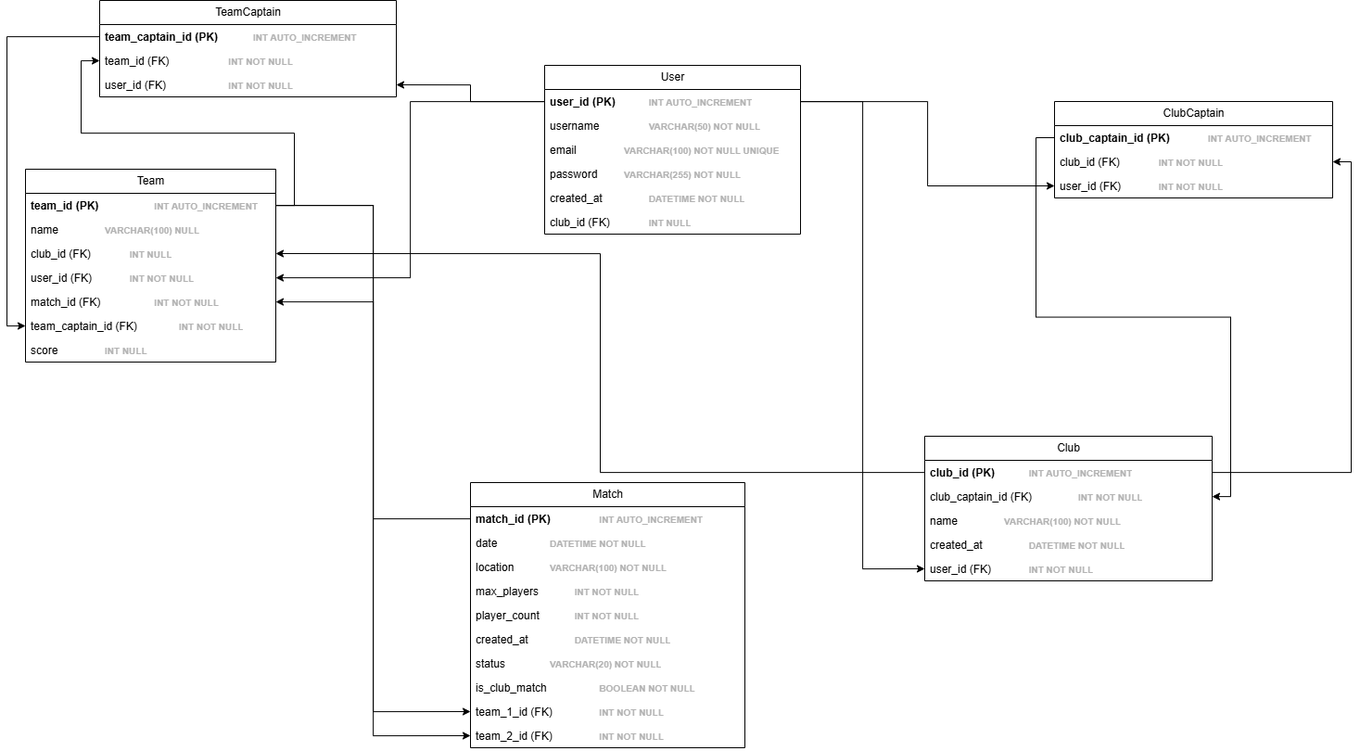
Earlier version of the draw.io export MLD.drawio.png (Mathistrg/Styx). Source tidied: cells renumbered, new cells last; positions are measured from the earlier drawing's top-left corner, leaving out a move shared by most shapes.
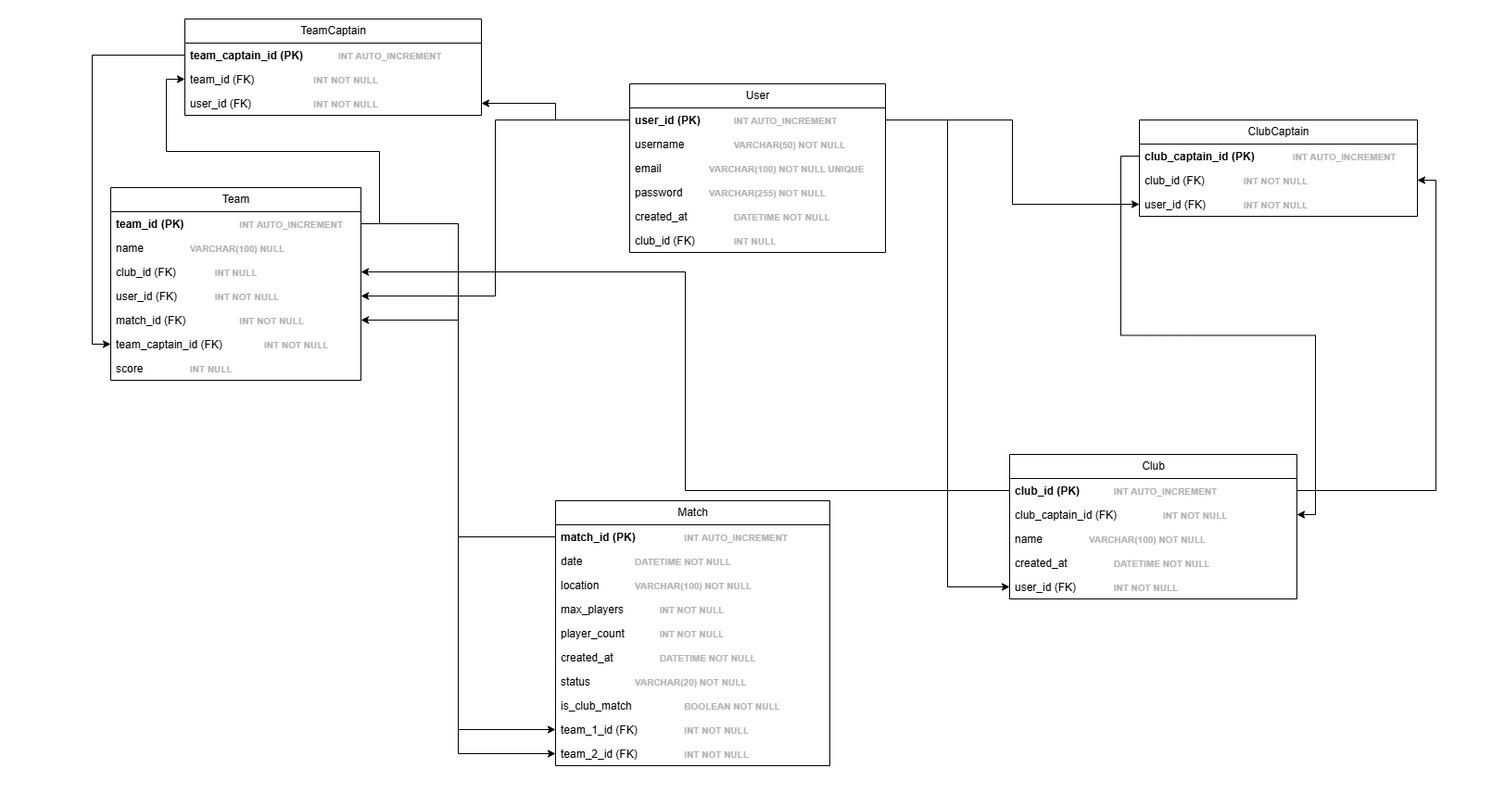
The same file after the commit.

Commit message:
Mettre à jour MLD.drawio.png

The edit, as a diff of the source:
```diff
@@ -2,6 +2,9 @@
   <root>
     <mxCell id="0" />
     <mxCell id="1" parent="0" />
+    <mxCell id="54" style="rounded=0;whiteSpace=wrap;html=1;strokeColor=none;" parent="1" vertex="1">
+      <mxGeometry x="-120" y="-20" width="1610" height="870" as="geometry" />
+    </mxCell>
     <mxCell id="2" value="User" style="swimlane;fontStyle=0;horizontal=1;startSize=26;fillColor=none;html=1;" parent="1" vertex="1">
       <mxGeometry x="560" y="70" width="276" height="182" as="geometry" />
     </mxCell>
```
